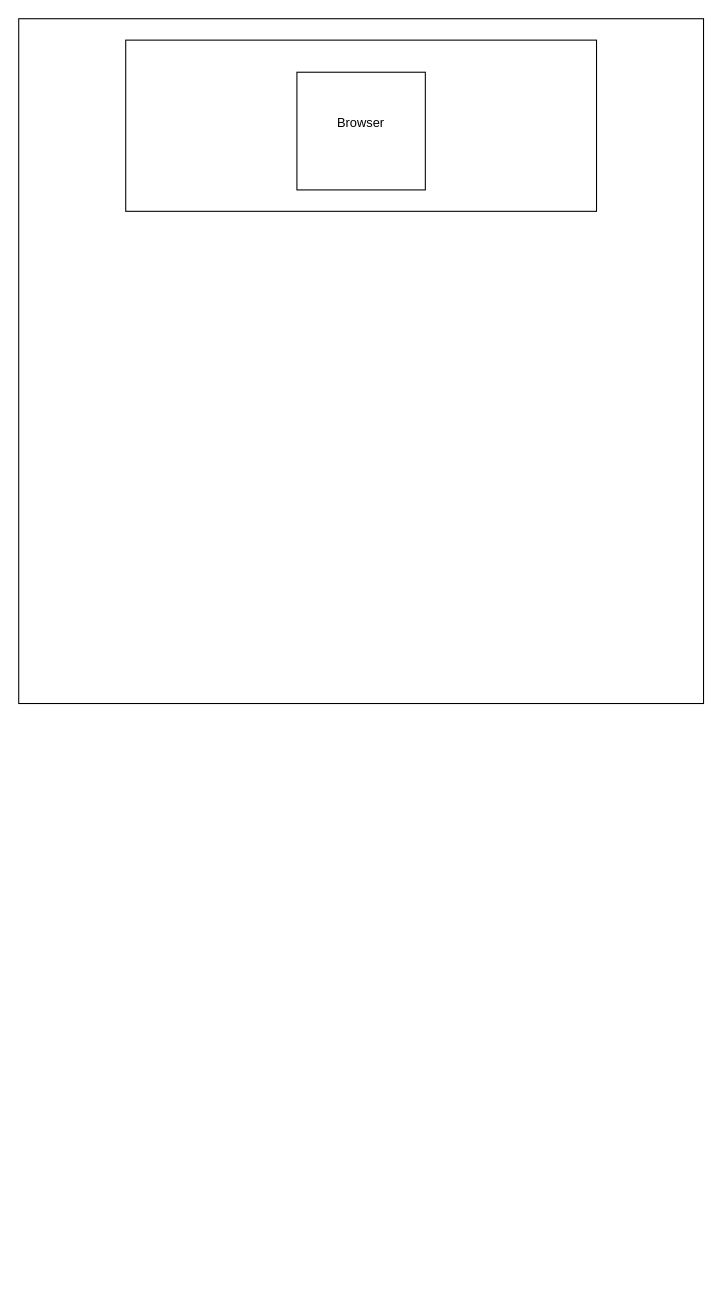
Earlier version of the draw.io diagram SystemArchitecture.drawio (dikshyarai10/CHMD-). Source tidied: cells renumbered, new cells numbered last; positions are measured from the earlier drawing's top-left corner, leaving out a move shared by most shapes. Both pictures are drawn from the tidied source at 107%, with x=0, y=0 at pixel (18, 18).
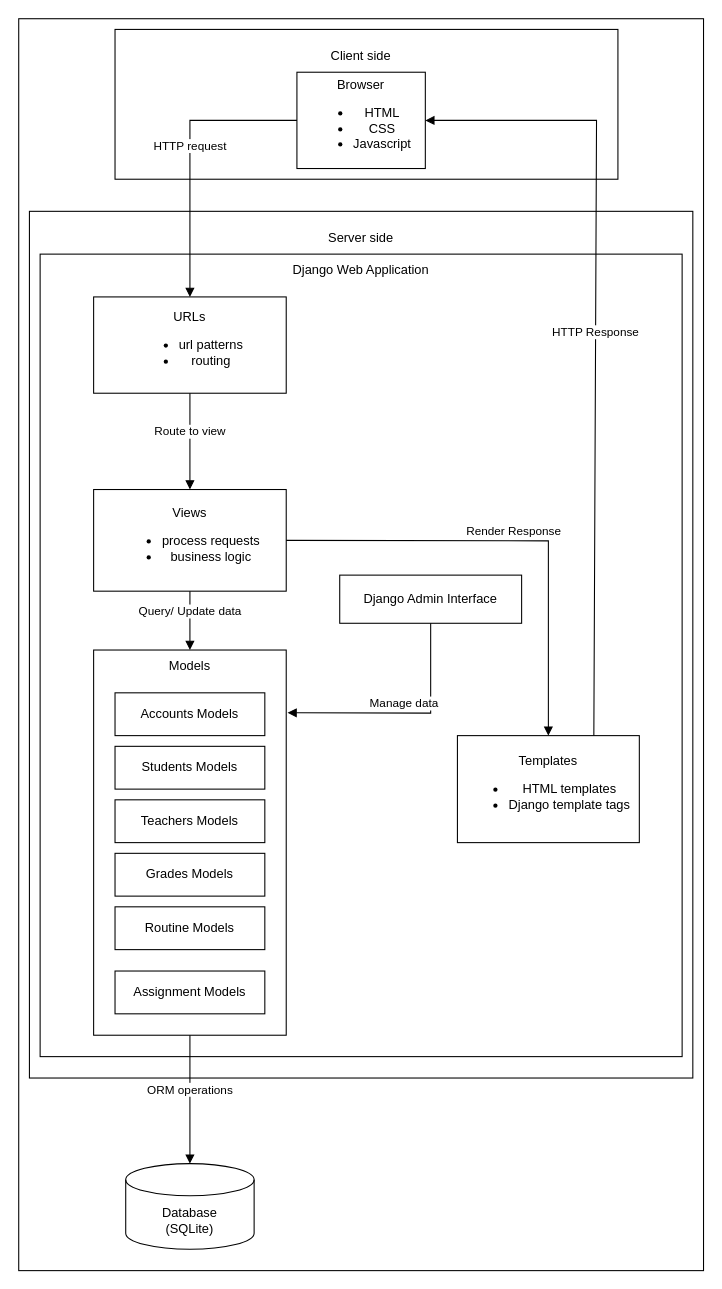
Above is the later version.

What changed in the source:
```diff
@@
     <mxCell id="2" style="rounded=0;whiteSpace=wrap;html=1;" parent="1" vertex="1">
-      <mxGeometry width="640" height="640" as="geometry" />
+      <mxGeometry width="640" height="1170" as="geometry" />
     </mxCell>
     <mxCell id="3" style="rounded=0;whiteSpace=wrap;html=1;" parent="1" vertex="1">
-      <mxGeometry x="100" y="20" width="440" height="160" as="geometry" />
+      <mxGeometry x="90" y="10" width="470" height="140" as="geometry" />
     </mxCell>
-    <mxCell id="4" value="Browser&lt;div&gt;&lt;br&gt;&lt;/div&gt;" style="rounded=0;whiteSpace=wrap;html=1;" parent="1" vertex="1">
-      <mxGeometry x="260" y="50" width="120" height="110" as="geometry" />
+    <mxCell id="4" value="&lt;div&gt;Browser&lt;/div&gt;&lt;div&gt;&lt;ul&gt;&lt;li&gt;HTML&lt;/li&gt;&lt;li&gt;CSS&lt;/li&gt;&lt;li&gt;Javascript&lt;/li&gt;&lt;/ul&gt;&lt;/div&gt;" style="rounded=0;whiteSpace=wrap;html=1;" parent="1" vertex="1">
+      <mxGeometry x="260" y="50" width="120" height="90" as="geometry" />
     </mxCell>
+    <mxCell id="5" value="Client side" style="text;html=1;align=center;verticalAlign=middle;whiteSpace=wrap;rounded=0;" parent="1" vertex="1">
+      <mxGeometry x="290" y="20" width="60" height="30" as="geometry" />
+    </mxCell>
+    <mxCell id="6" style="rounded=0;whiteSpace=wrap;html=1;" parent="1" vertex="1">
+      <mxGeometry x="10" y="180" width="620" height="810" as="geometry" />
+    </mxCell>
+    <mxCell id="7" style="rounded=0;whiteSpace=wrap;html=1;" parent="1" vertex="1">
+      <mxGeometry x="20" y="220" width="600" height="750" as="geometry" />
+    </mxCell>
+    <mxCell id="8" value="Server side" style="text;html=1;align=center;verticalAlign=middle;whiteSpace=wrap;rounded=0;" parent="1" vertex="1">
+      <mxGeometry x="280" y="190" width="80" height="30" as="geometry" />
+    </mxCell>
+    <mxCell id="9" value="Django Web Application" style="text;html=1;align=center;verticalAlign=middle;whiteSpace=wrap;rounded=0;" parent="1" vertex="1">
+      <mxGeometry x="250" y="220" width="140" height="30" as="geometry" />
+    </mxCell>
+    <mxCell id="10" value="URLs&lt;div&gt;&lt;ul&gt;&lt;li&gt;url patterns&lt;/li&gt;&lt;li&gt;routing&lt;/li&gt;&lt;/ul&gt;&lt;/div&gt;" style="rounded=0;whiteSpace=wrap;html=1;" parent="1" vertex="1">
+      <mxGeometry x="70" y="260" width="180" height="90" as="geometry" />
+    </mxCell>
+    <mxCell id="11" value="Views&lt;div&gt;&lt;ul&gt;&lt;li&gt;process requests&lt;/li&gt;&lt;li&gt;business logic&lt;/li&gt;&lt;/ul&gt;&lt;/div&gt;" style="rounded=0;whiteSpace=wrap;html=1;" parent="1" vertex="1">
+      <mxGeometry x="70" y="440" width="180" height="95" as="geometry" />
+    </mxCell>
+    <mxCell id="12" value="Django Admin Interface" style="rounded=0;whiteSpace=wrap;html=1;" parent="1" vertex="1">
+      <mxGeometry x="300" y="520" width="170" height="45" as="geometry" />
+    </mxCell>
+    <mxCell id="13" style="rounded=0;whiteSpace=wrap;html=1;" parent="1" vertex="1">
+      <mxGeometry x="70" y="590" width="180" height="360" as="geometry" />
+    </mxCell>
+    <mxCell id="14" value="Accounts Models" style="rounded=0;whiteSpace=wrap;html=1;" parent="1" vertex="1">
+      <mxGeometry x="90" y="630" width="140" height="40" as="geometry" />
+    </mxCell>
+    <mxCell id="15" value="Students Models" style="rounded=0;whiteSpace=wrap;html=1;" parent="1" vertex="1">
+      <mxGeometry x="90" y="680" width="140" height="40" as="geometry" />
+    </mxCell>
+    <mxCell id="16" value="Teachers Models" style="rounded=0;whiteSpace=wrap;html=1;" parent="1" vertex="1">
+      <mxGeometry x="90" y="730" width="140" height="40" as="geometry" />
+    </mxCell>
+    <mxCell id="17" value="Grades Models" style="rounded=0;whiteSpace=wrap;html=1;" parent="1" vertex="1">
+      <mxGeometry x="90" y="780" width="140" height="40" as="geometry" />
+    </mxCell>
+    <mxCell id="18" value="Routine Models" style="rounded=0;whiteSpace=wrap;html=1;" parent="1" vertex="1">
+      <mxGeometry x="90" y="830" width="140" height="40" as="geometry" />
+    </mxCell>
+    <mxCell id="19" value="Assignment Models" style="rounded=0;whiteSpace=wrap;html=1;" parent="1" vertex="1">
+      <mxGeometry x="90" y="890" width="140" height="40" as="geometry" />
+    </mxCell>
+    <mxCell id="20" value="Models" style="text;html=1;align=center;verticalAlign=middle;whiteSpace=wrap;rounded=0;" parent="1" vertex="1">
+      <mxGeometry x="120" y="590" width="80" height="30" as="geometry" />
+    </mxCell>
+    <mxCell id="21" value="Templates&lt;div&gt;&lt;ul&gt;&lt;li&gt;HTML templates&lt;/li&gt;&lt;li&gt;Django template tags&lt;/li&gt;&lt;/ul&gt;&lt;/div&gt;" style="rounded=0;whiteSpace=wrap;html=1;" parent="1" vertex="1">
+      <mxGeometry x="410" y="670" width="170" height="100" as="geometry" />
+    </mxCell>
+    <mxCell id="22" value="Database&lt;div&gt;(SQLite)&lt;/div&gt;" style="shape=cylinder3;whiteSpace=wrap;html=1;boundedLbl=1;backgroundOutline=1;size=15;" parent="1" vertex="1">
+      <mxGeometry x="100" y="1070" width="120" height="80" as="geometry" />
+    </mxCell>
+    <mxCell id="23" value="ORM operations" style="html=1;verticalAlign=bottom;endArrow=block;curved=0;rounded=0;exitX=0.5;exitY=1;exitDx=0;exitDy=0;entryX=0.5;entryY=0;entryDx=0;entryDy=0;entryPerimeter=0;" parent="1" edge="1" source="13" target="22">
+      <mxGeometry relative="1" as="geometry" />
+    </mxCell>
+    <mxCell id="24" value="HTTP request" style="html=1;verticalAlign=bottom;endArrow=block;curved=0;rounded=0;exitX=0;exitY=0.5;exitDx=0;exitDy=0;entryX=0.5;entryY=0;entryDx=0;entryDy=0;" parent="1" edge="1" source="4" target="10">
+      <mxGeometry relative="1" as="geometry">
+        <Array as="points">
+          <mxPoint x="160" y="95" />
+        </Array>
+      </mxGeometry>
+    </mxCell>
+    <mxCell id="25" value="Route to view" style="html=1;verticalAlign=bottom;endArrow=block;curved=0;rounded=0;entryX=0.5;entryY=0;entryDx=0;entryDy=0;exitX=0.5;exitY=1;exitDx=0;exitDy=0;" parent="1" edge="1" source="10" target="11">
+      <mxGeometry relative="1" as="geometry" />
+    </mxCell>
+    <mxCell id="26" value="HTTP Response" style="html=1;verticalAlign=bottom;endArrow=block;curved=0;rounded=0;entryX=1;entryY=0.5;entryDx=0;entryDy=0;exitX=0.75;exitY=0;exitDx=0;exitDy=0;" parent="1" edge="1" source="21" target="4">
+      <mxGeometry relative="1" as="geometry">
+        <Array as="points">
+          <mxPoint x="540" y="95" />
+        </Array>
+      </mxGeometry>
+    </mxCell>
+    <mxCell id="27" value="Render Response&amp;nbsp;" style="html=1;verticalAlign=bottom;endArrow=block;curved=0;rounded=0;entryX=0.5;entryY=0;entryDx=0;entryDy=0;exitX=1;exitY=0.5;exitDx=0;exitDy=0;" parent="1" edge="1" source="11" target="21">
+      <mxGeometry relative="1" as="geometry">
+        <Array as="points">
+          <mxPoint x="495" y="488" />
+        </Array>
+      </mxGeometry>
+    </mxCell>
+    <mxCell id="28" value="Manage data" style="html=1;verticalAlign=bottom;endArrow=block;curved=0;rounded=0;entryX=1.007;entryY=0.163;entryDx=0;entryDy=0;entryPerimeter=0;exitX=0.5;exitY=1;exitDx=0;exitDy=0;" parent="1" edge="1" source="12" target="13">
+      <mxGeometry relative="1" as="geometry">
+        <Array as="points">
+          <mxPoint x="385" y="649" />
+        </Array>
+      </mxGeometry>
+    </mxCell>
+    <mxCell id="29" value="Query/ Update data" style="html=1;verticalAlign=bottom;endArrow=block;curved=0;rounded=0;exitX=0.5;exitY=1;exitDx=0;exitDy=0;entryX=0.5;entryY=0;entryDx=0;entryDy=0;" parent="1" edge="1" source="11" target="20">
+      <mxGeometry relative="1" as="geometry" />
+    </mxCell>
```
